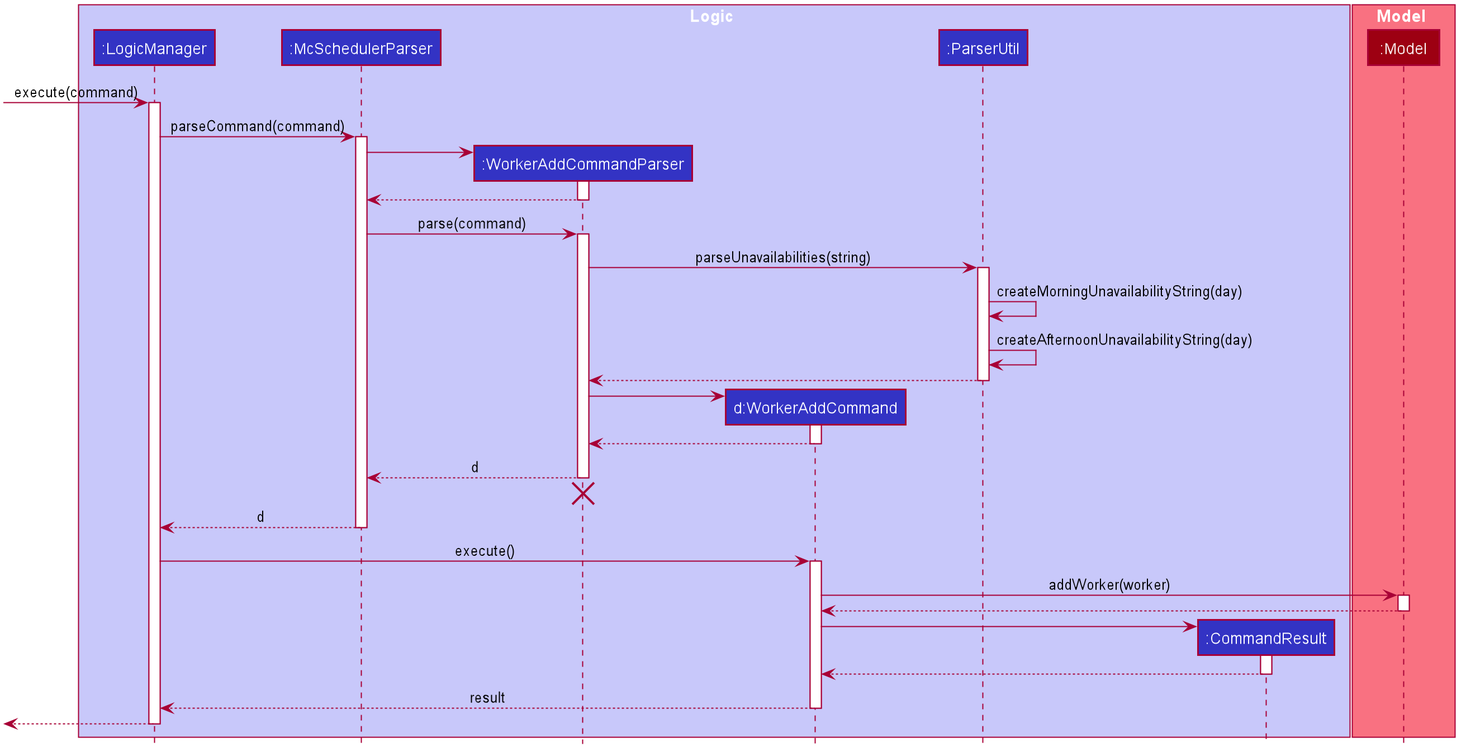
Above: docs/images/AddUnavailabilitySequenceDiagram.png in wakululuu/tp (PlantUML), before the change.
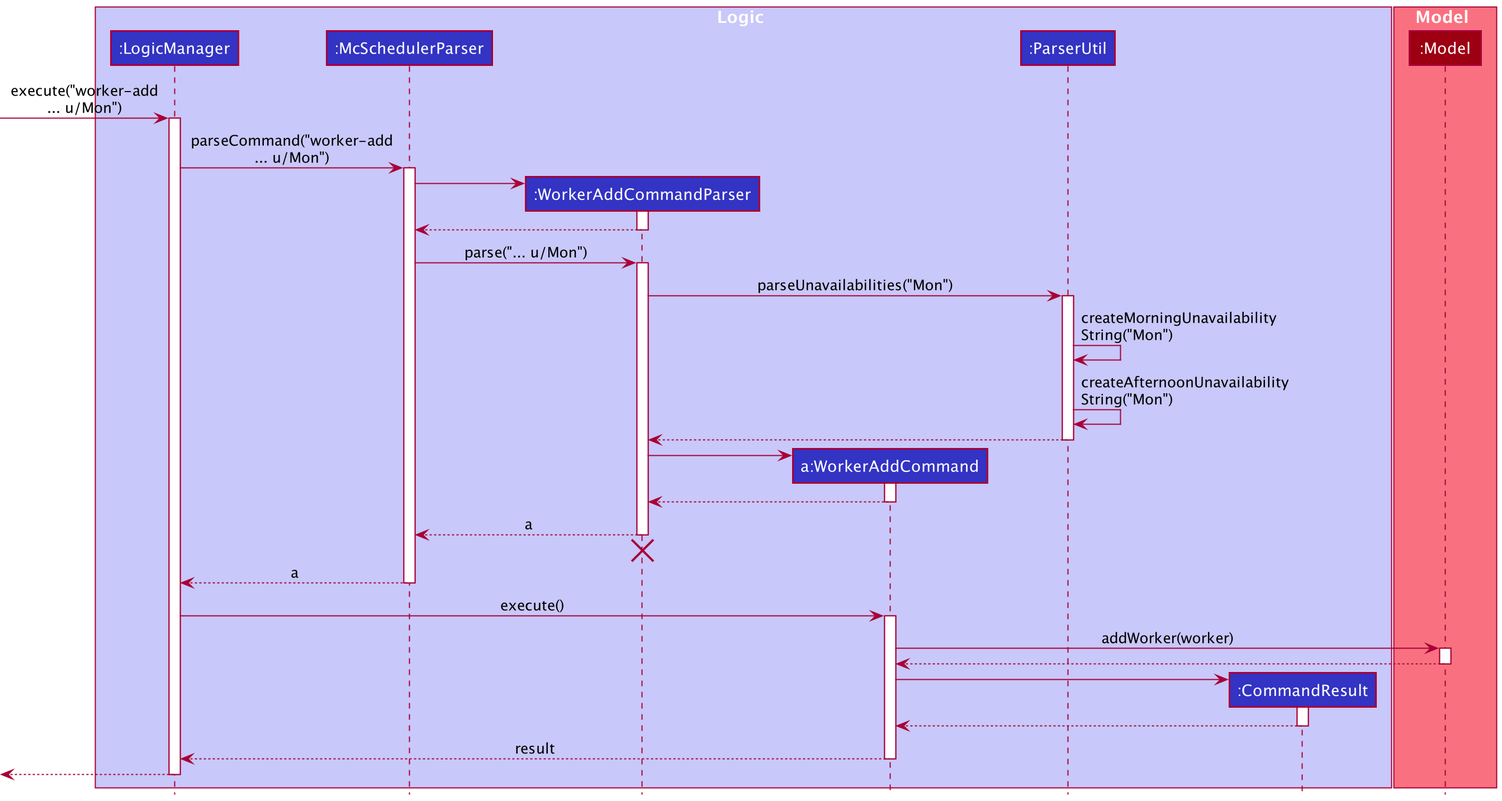
After the change.

Diff of the diagram source:
```diff
@@ -1,72 +1,23 @@
 @startuml
+!include style.puml
 
-
-
-
-
-
-
-
-skinparam BackgroundColor #FFFFFFF
-
-skinparam Shadowing false
-
-skinparam Class {
-    FontColor #FFFFFF
-    BorderThickness 1
-    BorderColor #FFFFFF
-    StereotypeFontColor #FFFFFF
-    FontName Arial
-    AttributeFontColor #FFFFFF
-    AttributeFontName Arial
-}
-
-skinparam Actor {
-    BorderColor #000000
-    Color #000000
-    FontName Arial
-}
-
-skinparam Sequence {
-    MessageAlign center
-    BoxFontSize 15
-    BoxPadding 0
-    BoxFontColor #FFFFFF
-    FontName Arial
-}
-
-skinparam Participant {
-    FontColor #FFFFFFF
-    Padding 20
-}
-
-skinparam MinClassWidth 50
-skinparam ParticipantPadding 10
-skinparam Shadowing false
-skinparam DefaultTextAlignment center
-skinparam packageStyle Rectangle
-
-hide footbox
-hide empty members
-hide circle
-
-box Logic #C8C8FA
-participant ":LogicManager" as LogicManager #3333C4
-participant ":McSchedulerParser" as McSchedulerParser #3333C4
-participant ":WorkerAddCommandParser" as WorkerAddCommandParser #3333C4
-participant "d:WorkerAddCommand" as WorkerAddCommand #3333C4
-participant ":ParserUtil" as ParserUtil #3333C4
-participant ":CommandResult" as CommandResult #3333C4
+box Logic LOGIC_COLOR_T1
+participant ":LogicManager" as LogicManager LOGIC_COLOR
+participant ":McSchedulerParser" as McSchedulerParser LOGIC_COLOR
+participant ":WorkerAddCommandParser" as WorkerAddCommandParser LOGIC_COLOR
+participant "a:WorkerAddCommand" as WorkerAddCommand LOGIC_COLOR
+participant ":ParserUtil" as ParserUtil LOGIC_COLOR
+participant ":CommandResult" as CommandResult LOGIC_COLOR
 end box
 
-box Model #F97181
-participant ":Model" as Model #9D0012
+box Model MODEL_COLOR_T1
+participant ":Model" as Model MODEL_COLOR
 end box
 
-[-> LogicManager : execute(command)
+[-> LogicManager : execute("worker-add\n... u/Mon")
 activate LogicManager
 
-LogicManager -> McSchedulerParser : parseCommand(command)
+LogicManager -> McSchedulerParser : parseCommand("worker-add\n... u/Mon")
 activate McSchedulerParser
 
 create WorkerAddCommandParser
@@ -76,14 +27,14 @@
 WorkerAddCommandParser --> McSchedulerParser
 deactivate WorkerAddCommandParser
 
-McSchedulerParser -> WorkerAddCommandParser : parse(command)
+McSchedulerParser -> WorkerAddCommandParser : parse("... u/Mon")
 activate WorkerAddCommandParser
 
-WorkerAddCommandParser -> ParserUtil : parseUnavailabilities(string)
+WorkerAddCommandParser -> ParserUtil : parseUnavailabilities("Mon")
 activate ParserUtil
 
-ParserUtil -> ParserUtil : createMorningUnavailabilityString(day)
-ParserUtil -> ParserUtil : createAfternoonUnavailabilityString(day)
+ParserUtil -> ParserUtil : createMorningUnavailability\nString("Mon")
+ParserUtil -> ParserUtil : createAfternoonUnavailability\nString("Mon")
 return
 deactivate ParserUtil
 
@@ -94,12 +45,12 @@
 WorkerAddCommand --> WorkerAddCommandParser
 deactivate WorkerAddCommand
 
-WorkerAddCommandParser --> McSchedulerParser : d
+WorkerAddCommandParser --> McSchedulerParser : a
 deactivate WorkerAddCommandParser
 WorkerAddCommandParser -[hidden]-> McSchedulerParser
 destroy WorkerAddCommandParser
 
-McSchedulerParser --> LogicManager : d
+McSchedulerParser --> LogicManager : a
 deactivate McSchedulerParser
 
 LogicManager -> WorkerAddCommand : execute()
```
